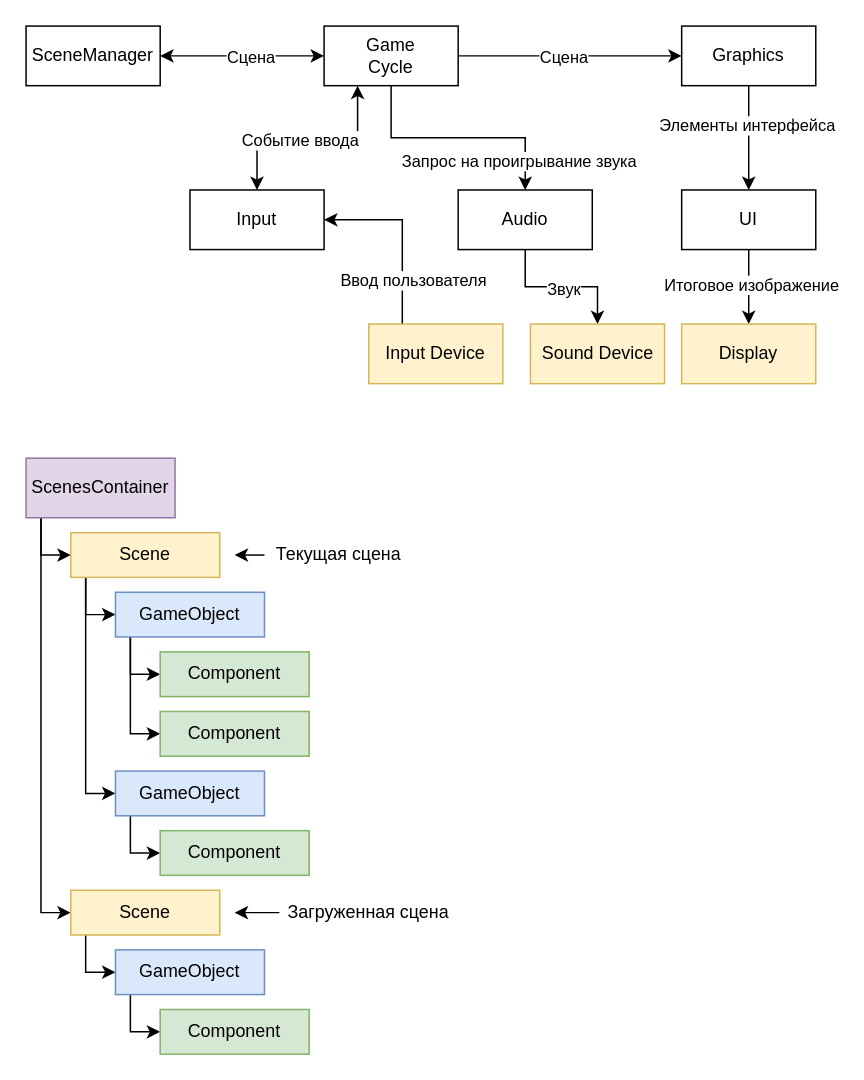
elaria-clash-of-the-worlds/docs keeps this draw.io diagram as elaria_acd.drawio. Above is the earlier version. Source tidied: cells renumbered, new cells numbered last; positions are measured from the earlier drawing's top-left corner, leaving out a move shared by most shapes. Both pictures are drawn from the tidied source at 149%, with x=0, y=0 at pixel (25, 25).
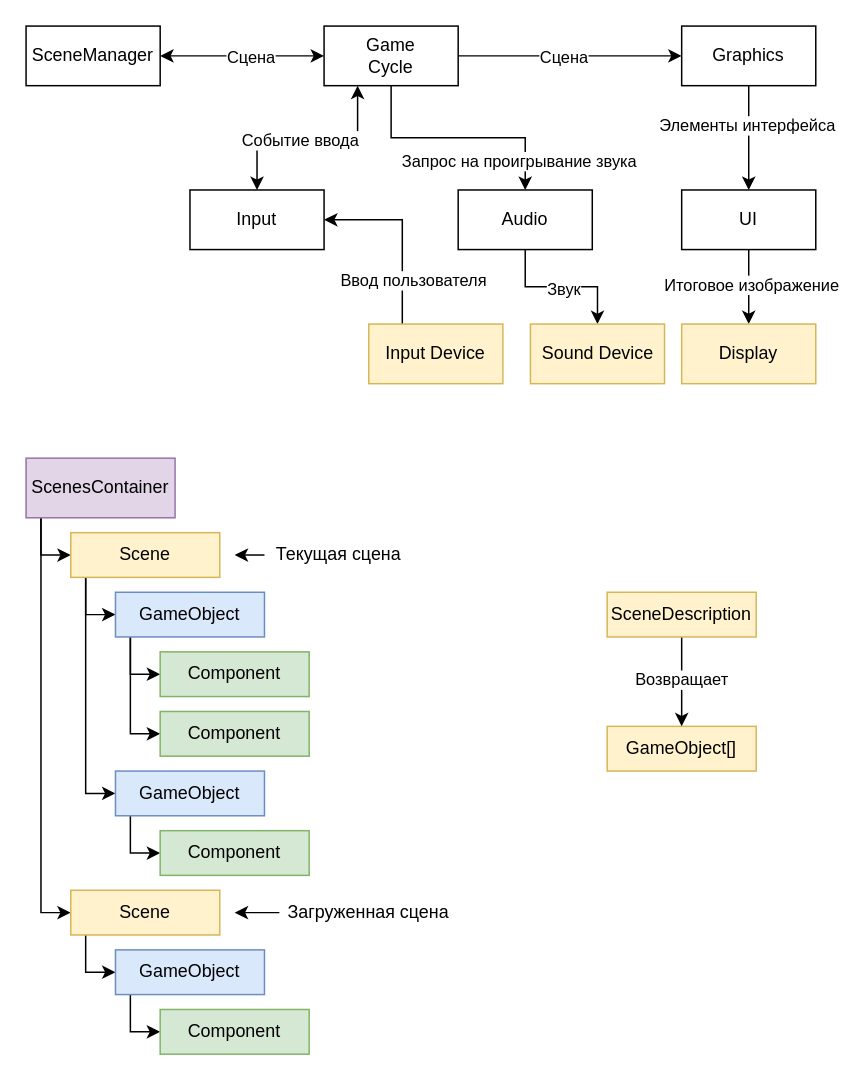
The same diagram, later.

Change to the diagram source:
```diff
@@
+    <mxCell id="50" value="GameObject[]" style="rounded=0;whiteSpace=wrap;html=1;fillColor=#fff2cc;strokeColor=#d6b656;" parent="1" vertex="1">
+      <mxGeometry x="390" y="470" width="100" height="30" as="geometry" />
+    </mxCell>
+    <mxCell id="51" style="edgeStyle=orthogonalEdgeStyle;rounded=0;jettySize=auto;html=1;" parent="1" edge="1" source="53" target="50">
+      <mxGeometry relative="1" as="geometry" />
+    </mxCell>
+    <mxCell id="52" value="Возвращает" style="edgeLabel;html=1;align=center;verticalAlign=middle;" parent="51" vertex="1">
+      <mxGeometry x="-0.06" y="-1" relative="1" as="geometry" />
+    </mxCell>
+    <mxCell id="53" value="SceneDescription" style="rounded=0;whiteSpace=wrap;html=1;fillColor=#fff2cc;strokeColor=#d6b656;" parent="1" vertex="1">
+      <mxGeometry x="390" y="380" width="100" height="30" as="geometry" />
+    </mxCell>
```
